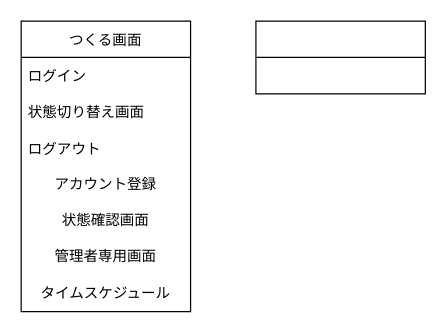
Earlier version of the draw.io diagram page "画面イメージ図" (3 of 3) of 画面設計.drawio (ringohoka/AnnounceSituation). Source tidied: cells renumbered, new cells numbered last; positions are measured from the earlier drawing's top-left corner, leaving out a move shared by most shapes. Both pictures are drawn from the tidied source at 121%, with x=0, y=0 at pixel (21, 21).
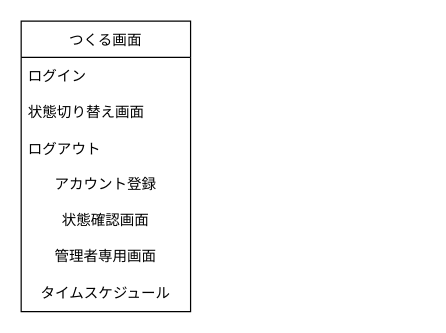
The same page after the edit.

Change to the diagram source:
```diff
@@
 <mxGraphModel>
   <root>
     <mxCell id="0" />
     <mxCell id="1" parent="0" />
     <mxCell id="2" value="つくる画面" style="swimlane;fontStyle=0;horizontal=1;startSize=30;" parent="1" vertex="1">
       <mxGeometry width="140" height="240" as="geometry" />
     </mxCell>
     <mxCell id="3" value="ログイン" style="text;strokeColor=none;fillColor=none;align=left;verticalAlign=middle;spacingLeft=4;spacingRight=4;overflow=hidden;" parent="2" vertex="1">
       <mxGeometry y="30" width="140" height="30" as="geometry" />
     </mxCell>
     <mxCell id="4" value="状態切り替え画面" style="text;strokeColor=none;fillColor=none;align=left;verticalAlign=middle;spacingLeft=4;spacingRight=4;overflow=hidden;" parent="2" vertex="1">
       <mxGeometry y="60" width="140" height="30" as="geometry" />
     </mxCell>
     <mxCell id="5" value="ログアウト" style="text;strokeColor=none;fillColor=none;align=left;verticalAlign=middle;spacingLeft=4;spacingRight=4;overflow=hidden;" parent="2" vertex="1">
       <mxGeometry y="90" width="140" height="30" as="geometry" />
     </mxCell>
     <mxCell id="6" value="アカウント登録" style="text;html=1;strokeColor=none;fillColor=none;align=center;verticalAlign=middle;whiteSpace=wrap;rounded=0;" parent="2" vertex="1">
       <mxGeometry y="120" width="140" height="30" as="geometry" />
     </mxCell>
     <mxCell id="7" value="状態確認画面" style="text;html=1;strokeColor=none;fillColor=none;align=center;verticalAlign=middle;whiteSpace=wrap;rounded=0;" parent="2" vertex="1">
       <mxGeometry y="150" width="140" height="30" as="geometry" />
     </mxCell>
     <mxCell id="8" value="管理者専用画面" style="text;html=1;strokeColor=none;fillColor=none;align=center;verticalAlign=middle;whiteSpace=wrap;rounded=0;" parent="2" vertex="1">
       <mxGeometry y="180" width="140" height="30" as="geometry" />
     </mxCell>
     <mxCell id="9" value="タイムスケジュール" style="text;html=1;strokeColor=none;fillColor=none;align=center;verticalAlign=middle;whiteSpace=wrap;rounded=0;" parent="2" vertex="1">
       <mxGeometry y="210" width="140" height="30" as="geometry" />
     </mxCell>
-    <mxCell id="10" style="swimlane;fontStyle=0;horizontal=1;startSize=30;" parent="1" vertex="1">
-      <mxGeometry x="194" width="140" height="60" as="geometry" />
-    </mxCell>
   </root>
 </mxGraphModel>
```
